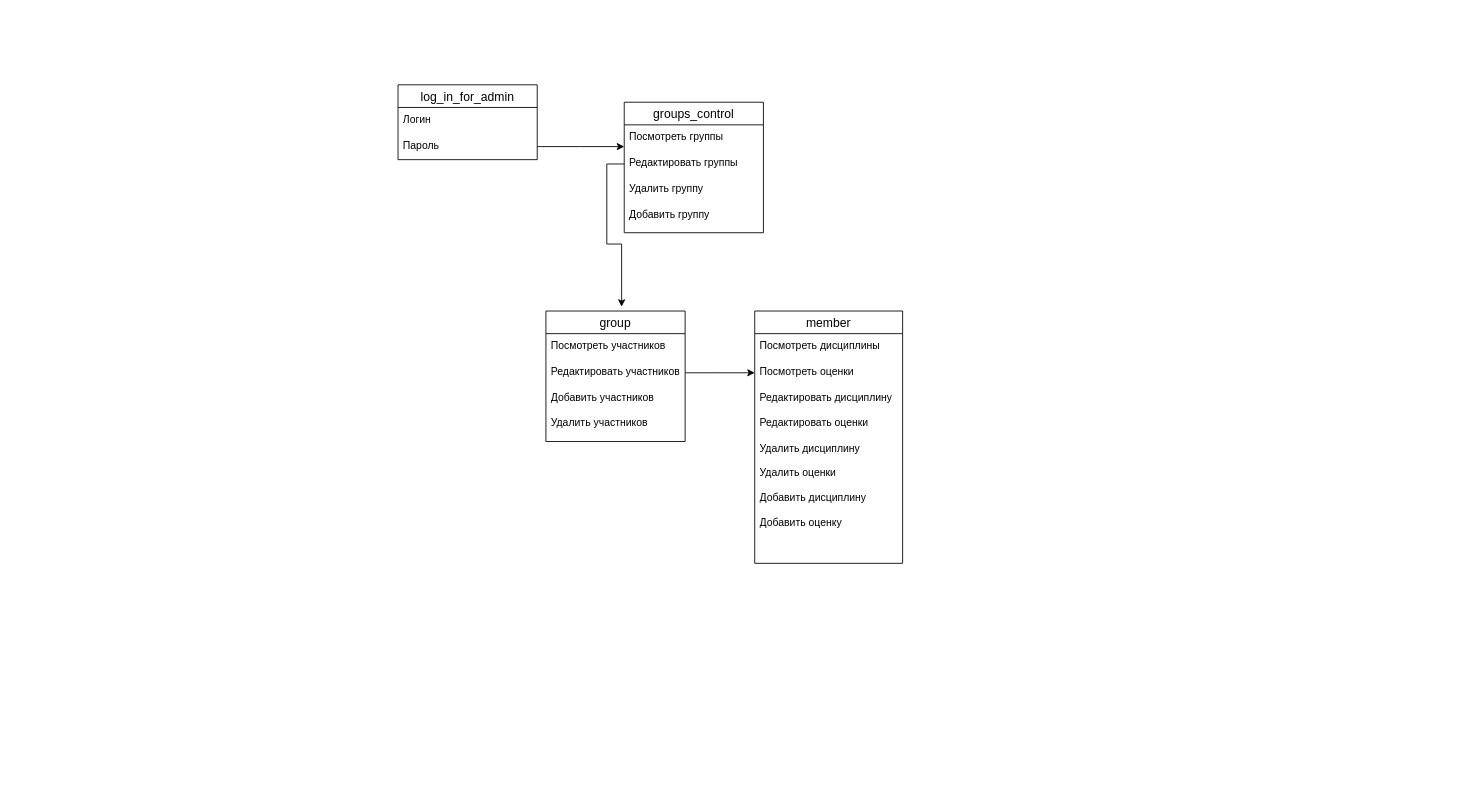
NikitaCatGH/diplom keeps this draw.io diagram as диаграмма для базы данных.drawio. Above is the earlier version. Source tidied: cells renumbered, new cells numbered last; positions are measured from the earlier drawing's top-left corner, leaving out a move shared by most shapes. Both pictures are drawn from the tidied source at 87%, with x=0, y=0 at pixel (398, 84).
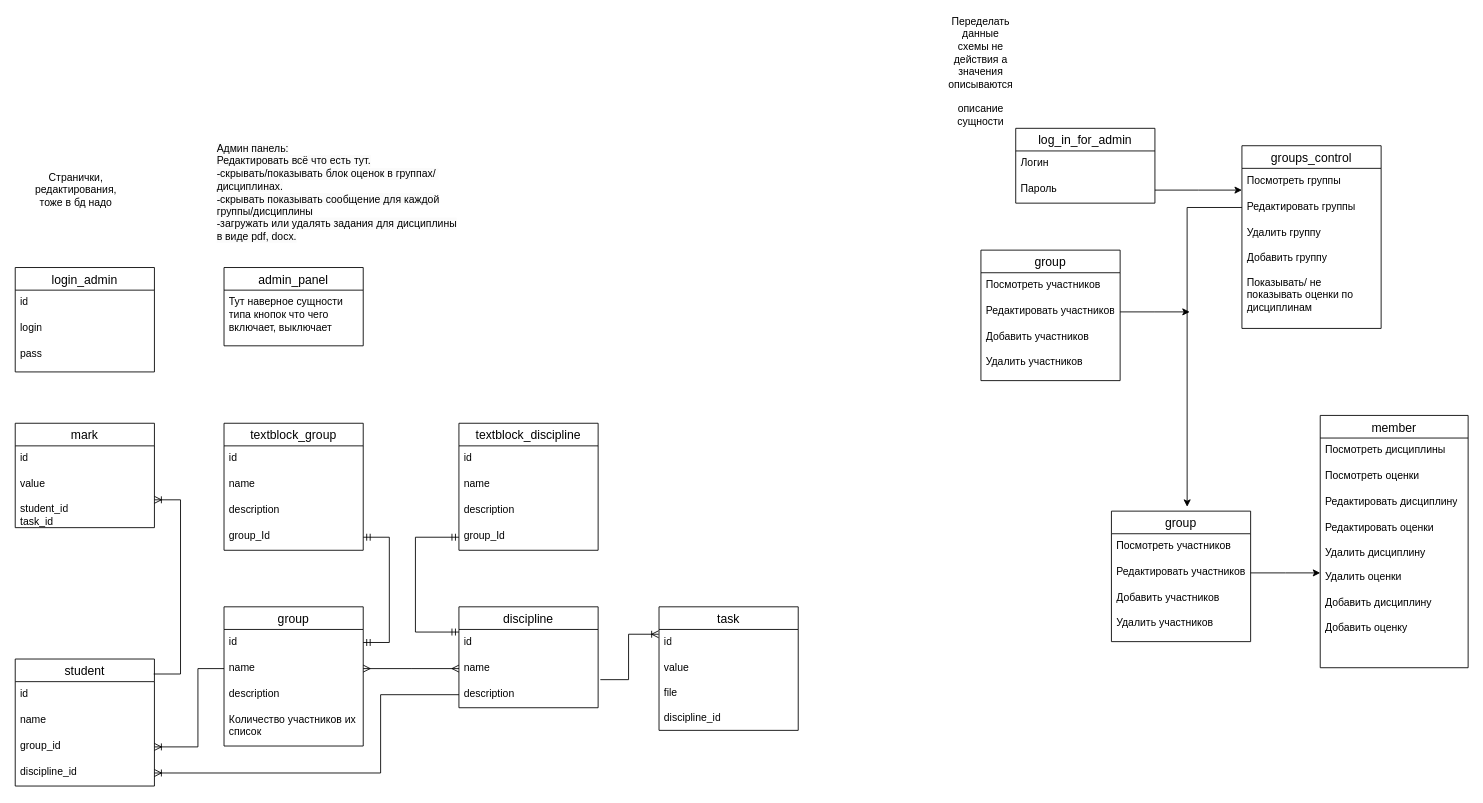
Above is the later version.

Change to the diagram source:
```diff
@@
     <mxCell id="2" value="log_in_for_admin" style="swimlane;fontStyle=0;horizontal=1;startSize=26;align=center;fontSize=14;" parent="1" vertex="1">
-      <mxGeometry width="160" height="86" as="geometry" />
+      <mxGeometry x="710" y="50" width="160" height="86" as="geometry" />
     </mxCell>
@@
     <mxCell id="6" value="groups_control" style="swimlane;fontStyle=0;horizontal=1;startSize=26;align=center;fontSize=14;" parent="1" vertex="1">
-      <mxGeometry x="260" y="20" width="160" height="150" as="geometry" />
+      <mxGeometry x="970" y="70" width="160" height="210" as="geometry" />
     </mxCell>
@@
-    <mxCell id="9" value="Удалить группу&lt;br&gt;&lt;br&gt;Добавить группу&lt;br&gt;" style="text;strokeColor=none;fillColor=none;spacingLeft=4;spacingRight=4;overflow=hidden;fontSize=12;whiteSpace=wrap;html=1;" parent="6" vertex="1">
-      <mxGeometry y="86" width="160" height="64" as="geometry" />
+    <mxCell id="9" value="Удалить группу&lt;br&gt;&lt;br&gt;Добавить группу&lt;br&gt;&lt;br&gt;Показывать/ не показывать оценки по дисциплинам&lt;br&gt;" style="text;strokeColor=none;fillColor=none;spacingLeft=4;spacingRight=4;overflow=hidden;fontSize=12;whiteSpace=wrap;html=1;" parent="6" vertex="1">
+      <mxGeometry y="86" width="160" height="124" as="geometry" />
     </mxCell>
     <mxCell id="10" value="group" style="swimlane;fontStyle=0;horizontal=1;startSize=26;align=center;fontSize=14;" parent="1" vertex="1">
-      <mxGeometry x="170" y="260" width="160" height="150" as="geometry" />
+      <mxGeometry x="820" y="490" width="160" height="150" as="geometry" />
     </mxCell>
@@
     <mxCell id="15" value="member" style="swimlane;fontStyle=0;horizontal=1;startSize=26;align=center;fontSize=14;" parent="1" vertex="1">
-      <mxGeometry x="410" y="260" width="170" height="290" as="geometry" />
+      <mxGeometry x="1060" y="380" width="170" height="290" as="geometry" />
     </mxCell>
@@
+    <mxCell id="20" value="mark" style="swimlane;fontStyle=0;horizontal=1;startSize=26;align=center;fontSize=14;" parent="1" vertex="1">
+      <mxGeometry x="-440" y="389" width="160" height="120" as="geometry" />
+    </mxCell>
+    <mxCell id="21" value="id" style="text;strokeColor=none;fillColor=none;spacingLeft=4;spacingRight=4;overflow=hidden;fontSize=12;whiteSpace=wrap;html=1;" parent="20" vertex="1">
+      <mxGeometry y="26" width="160" height="30" as="geometry" />
+    </mxCell>
+    <mxCell id="22" value="value&lt;br&gt;&lt;br&gt;student_id&lt;br&gt;task_id" style="text;strokeColor=none;fillColor=none;spacingLeft=4;spacingRight=4;overflow=hidden;points=[[0,0.5],[1,0.5]];portConstraint=eastwest;fontSize=12;whiteSpace=wrap;html=1;" parent="20" vertex="1">
+      <mxGeometry y="56" width="160" height="64" as="geometry" />
+    </mxCell>
+    <mxCell id="23" value="group" style="swimlane;fontStyle=0;horizontal=1;startSize=26;align=center;fontSize=14;" parent="1" vertex="1">
+      <mxGeometry x="670" y="190" width="160" height="150" as="geometry" />
+    </mxCell>
+    <mxCell id="24" value="Посмотреть участников" style="text;strokeColor=none;fillColor=none;spacingLeft=4;spacingRight=4;overflow=hidden;fontSize=12;whiteSpace=wrap;html=1;" parent="23" vertex="1">
+      <mxGeometry y="26" width="160" height="30" as="geometry" />
+    </mxCell>
+    <mxCell id="25" style="edgeStyle=orthogonalEdgeStyle;rounded=0;jettySize=auto;html=1;" parent="23" edge="1" source="26">
+      <mxGeometry relative="1" as="geometry">
+        <mxPoint x="240" y="71" as="targetPoint" />
+      </mxGeometry>
+    </mxCell>
+    <mxCell id="26" value="Редактировать участников" style="text;strokeColor=none;fillColor=none;spacingLeft=4;spacingRight=4;overflow=hidden;points=[[0,0.5],[1,0.5]];portConstraint=eastwest;fontSize=12;whiteSpace=wrap;html=1;" parent="23" vertex="1">
+      <mxGeometry y="56" width="160" height="30" as="geometry" />
+    </mxCell>
+    <mxCell id="27" value="Добавить участников&lt;br&gt;&lt;br&gt;Удалить участников" style="text;strokeColor=none;fillColor=none;spacingLeft=4;spacingRight=4;overflow=hidden;fontSize=12;whiteSpace=wrap;html=1;" parent="23" vertex="1">
+      <mxGeometry y="86" width="160" height="64" as="geometry" />
+    </mxCell>
+    <mxCell id="28" value="Переделать данные схемы не действия а значения описываются&lt;br&gt;&lt;br&gt;описание сущности&lt;br&gt;" style="text;html=1;strokeColor=none;fillColor=none;align=center;verticalAlign=middle;whiteSpace=wrap;rounded=0;" parent="1" vertex="1">
+      <mxGeometry x="640" y="-30" width="60" height="30" as="geometry" />
+    </mxCell>
+    <mxCell id="29" value="student" style="swimlane;fontStyle=0;horizontal=1;startSize=26;align=center;fontSize=14;" parent="1" vertex="1">
+      <mxGeometry x="-440" y="660" width="160" height="146" as="geometry" />
+    </mxCell>
+    <mxCell id="30" value="id" style="text;strokeColor=none;fillColor=none;spacingLeft=4;spacingRight=4;overflow=hidden;fontSize=12;whiteSpace=wrap;html=1;" parent="29" vertex="1">
+      <mxGeometry y="26" width="160" height="30" as="geometry" />
+    </mxCell>
+    <mxCell id="31" value="name" style="text;strokeColor=none;fillColor=none;spacingLeft=4;spacingRight=4;overflow=hidden;fontSize=12;whiteSpace=wrap;html=1;" parent="29" vertex="1">
+      <mxGeometry y="56" width="160" height="30" as="geometry" />
+    </mxCell>
+    <mxCell id="32" value="group_id" style="text;strokeColor=none;fillColor=none;spacingLeft=4;spacingRight=4;overflow=hidden;points=[[0,0.5],[1,0.5]];portConstraint=eastwest;fontSize=12;whiteSpace=wrap;html=1;" parent="29" vertex="1">
+      <mxGeometry y="86" width="160" height="30" as="geometry" />
+    </mxCell>
+    <mxCell id="33" value="discipline_id" style="text;strokeColor=none;fillColor=none;spacingLeft=4;spacingRight=4;overflow=hidden;points=[[0,0.5],[1,0.5]];portConstraint=eastwest;fontSize=12;whiteSpace=wrap;html=1;" parent="29" vertex="1">
+      <mxGeometry y="116" width="160" height="30" as="geometry" />
+    </mxCell>
+    <mxCell id="34" value="group" style="swimlane;fontStyle=0;horizontal=1;startSize=26;align=center;fontSize=14;" parent="1" vertex="1">
+      <mxGeometry x="-200" y="600" width="160" height="160" as="geometry" />
+    </mxCell>
+    <mxCell id="35" value="id&amp;nbsp;" style="text;strokeColor=none;fillColor=none;spacingLeft=4;spacingRight=4;overflow=hidden;points=[[0,0.5],[1,0.5]];portConstraint=eastwest;fontSize=12;whiteSpace=wrap;html=1;" parent="34" vertex="1">
+      <mxGeometry y="26" width="160" height="30" as="geometry" />
+    </mxCell>
+    <mxCell id="36" value="name&lt;br&gt;" style="text;strokeColor=none;fillColor=none;spacingLeft=4;spacingRight=4;overflow=hidden;points=[[0,0.5],[1,0.5]];portConstraint=eastwest;fontSize=12;whiteSpace=wrap;html=1;" parent="34" vertex="1">
+      <mxGeometry y="56" width="160" height="30" as="geometry" />
+    </mxCell>
+    <mxCell id="37" value="description&lt;br&gt;" style="text;strokeColor=none;fillColor=none;spacingLeft=4;spacingRight=4;overflow=hidden;fontSize=12;whiteSpace=wrap;html=1;" parent="34" vertex="1">
+      <mxGeometry y="86" width="160" height="30" as="geometry" />
+    </mxCell>
+    <mxCell id="38" value="Количество участников их список&lt;br&gt;" style="text;strokeColor=none;fillColor=none;spacingLeft=4;spacingRight=4;overflow=hidden;fontSize=12;whiteSpace=wrap;html=1;" parent="34" vertex="1">
+      <mxGeometry y="116" width="160" height="44" as="geometry" />
+    </mxCell>
+    <mxCell id="39" value="discipline" style="swimlane;fontStyle=0;horizontal=1;startSize=26;align=center;fontSize=14;" parent="1" vertex="1">
+      <mxGeometry x="70" y="600" width="160" height="116" as="geometry" />
+    </mxCell>
+    <mxCell id="40" value="id&amp;nbsp;" style="text;strokeColor=none;fillColor=none;spacingLeft=4;spacingRight=4;overflow=hidden;fontSize=12;whiteSpace=wrap;html=1;" parent="39" vertex="1">
+      <mxGeometry y="26" width="160" height="30" as="geometry" />
+    </mxCell>
+    <mxCell id="41" value="name&lt;br&gt;" style="text;strokeColor=none;fillColor=none;spacingLeft=4;spacingRight=4;overflow=hidden;points=[[0,0.5],[1,0.5]];portConstraint=eastwest;fontSize=12;whiteSpace=wrap;html=1;" parent="39" vertex="1">
+      <mxGeometry y="56" width="160" height="30" as="geometry" />
+    </mxCell>
+    <mxCell id="42" value="description" style="text;strokeColor=none;fillColor=none;spacingLeft=4;spacingRight=4;overflow=hidden;points=[[0,0.5],[1,0.5]];portConstraint=eastwest;fontSize=12;whiteSpace=wrap;html=1;" parent="39" vertex="1">
+      <mxGeometry y="86" width="160" height="30" as="geometry" />
+    </mxCell>
+    <mxCell id="43" style="edgeStyle=entityRelationEdgeStyle;fontSize=12;html=1;endArrow=ERoneToMany;rounded=0;exitX=0.995;exitY=0.118;exitDx=0;exitDy=0;exitPerimeter=0;" parent="1" edge="1" source="29" target="22">
+      <mxGeometry relative="1" as="geometry" />
+    </mxCell>
+    <mxCell id="44" style="edgeStyle=elbowEdgeStyle;fontSize=12;html=1;endArrow=ERoneToMany;rounded=0;exitX=0;exitY=0.5;exitDx=0;exitDy=0;entryX=1;entryY=0.5;entryDx=0;entryDy=0;" parent="1" edge="1" source="36" target="32">
+      <mxGeometry relative="1" as="geometry">
+        <Array as="points">
+          <mxPoint x="-230" y="700" />
+        </Array>
+      </mxGeometry>
+    </mxCell>
+    <mxCell id="45" style="edgeStyle=elbowEdgeStyle;fontSize=12;html=1;endArrow=ERmany;startArrow=ERmany;rounded=0;entryX=0;entryY=0.5;entryDx=0;entryDy=0;exitX=1;exitY=0.5;exitDx=0;exitDy=0;" parent="1" edge="1" source="36" target="41">
+      <mxGeometry relative="1" as="geometry" />
+    </mxCell>
+    <mxCell id="46" value="textblock_discipline" style="swimlane;fontStyle=0;horizontal=1;startSize=26;align=center;fontSize=14;" parent="1" vertex="1">
+      <mxGeometry x="70" y="389" width="160" height="146" as="geometry" />
+    </mxCell>
+    <mxCell id="47" value="id&amp;nbsp;" style="text;strokeColor=none;fillColor=none;spacingLeft=4;spacingRight=4;overflow=hidden;fontSize=12;whiteSpace=wrap;html=1;" parent="46" vertex="1">
+      <mxGeometry y="26" width="160" height="30" as="geometry" />
+    </mxCell>
+    <mxCell id="48" value="name&lt;br&gt;" style="text;strokeColor=none;fillColor=none;spacingLeft=4;spacingRight=4;overflow=hidden;fontSize=12;whiteSpace=wrap;html=1;" parent="46" vertex="1">
+      <mxGeometry y="56" width="160" height="30" as="geometry" />
+    </mxCell>
+    <mxCell id="49" value="description" style="text;strokeColor=none;fillColor=none;spacingLeft=4;spacingRight=4;overflow=hidden;fontSize=12;whiteSpace=wrap;html=1;" parent="46" vertex="1">
+      <mxGeometry y="86" width="160" height="30" as="geometry" />
+    </mxCell>
+    <mxCell id="50" value="group_Id" style="text;strokeColor=none;fillColor=none;spacingLeft=4;spacingRight=4;overflow=hidden;points=[[0,0.5],[1,0.5]];portConstraint=eastwest;fontSize=12;whiteSpace=wrap;html=1;" parent="46" vertex="1">
+      <mxGeometry y="116" width="160" height="30" as="geometry" />
+    </mxCell>
+    <mxCell id="51" value="textblock_group" style="swimlane;fontStyle=0;horizontal=1;startSize=26;align=center;fontSize=14;" parent="1" vertex="1">
+      <mxGeometry x="-200" y="389" width="160" height="146" as="geometry" />
+    </mxCell>
+    <mxCell id="52" value="id&amp;nbsp;" style="text;strokeColor=none;fillColor=none;spacingLeft=4;spacingRight=4;overflow=hidden;fontSize=12;whiteSpace=wrap;html=1;" parent="51" vertex="1">
+      <mxGeometry y="26" width="160" height="30" as="geometry" />
+    </mxCell>
+    <mxCell id="53" value="name&lt;br&gt;" style="text;strokeColor=none;fillColor=none;spacingLeft=4;spacingRight=4;overflow=hidden;fontSize=12;whiteSpace=wrap;html=1;" parent="51" vertex="1">
+      <mxGeometry y="56" width="160" height="30" as="geometry" />
+    </mxCell>
+    <mxCell id="54" value="description" style="text;strokeColor=none;fillColor=none;spacingLeft=4;spacingRight=4;overflow=hidden;fontSize=12;whiteSpace=wrap;html=1;" parent="51" vertex="1">
+      <mxGeometry y="86" width="160" height="30" as="geometry" />
+    </mxCell>
+    <mxCell id="55" value="group_Id" style="text;strokeColor=none;fillColor=none;spacingLeft=4;spacingRight=4;overflow=hidden;points=[[0,0.5],[1,0.5]];portConstraint=eastwest;fontSize=12;whiteSpace=wrap;html=1;" parent="51" vertex="1">
+      <mxGeometry y="116" width="160" height="30" as="geometry" />
+    </mxCell>
+    <mxCell id="56" style="edgeStyle=elbowEdgeStyle;fontSize=12;html=1;endArrow=ERoneToMany;rounded=0;exitX=0;exitY=0.5;exitDx=0;exitDy=0;entryX=1;entryY=0.5;entryDx=0;entryDy=0;" parent="1" edge="1" source="42" target="33">
+      <mxGeometry relative="1" as="geometry">
+        <Array as="points">
+          <mxPoint x="-20" y="720" />
+        </Array>
+      </mxGeometry>
+    </mxCell>
+    <mxCell id="57" style="edgeStyle=entityRelationEdgeStyle;fontSize=12;html=1;endArrow=ERmandOne;startArrow=ERmandOne;rounded=0;entryX=1;entryY=0.5;entryDx=0;entryDy=0;exitX=1;exitY=0.5;exitDx=0;exitDy=0;" parent="1" edge="1" source="35" target="55">
+      <mxGeometry relative="1" as="geometry" />
+    </mxCell>
+    <mxCell id="58" style="edgeStyle=elbowEdgeStyle;fontSize=12;html=1;endArrow=ERmandOne;startArrow=ERmandOne;rounded=0;entryX=0;entryY=0.5;entryDx=0;entryDy=0;exitX=0;exitY=0.25;exitDx=0;exitDy=0;" parent="1" edge="1" source="39" target="50">
+      <mxGeometry relative="1" as="geometry">
+        <Array as="points">
+          <mxPoint x="20" y="580" />
+        </Array>
+      </mxGeometry>
+    </mxCell>
+    <mxCell id="59" value="login_admin" style="swimlane;fontStyle=0;horizontal=1;startSize=26;align=center;fontSize=14;" parent="1" vertex="1">
+      <mxGeometry x="-440" y="210" width="160" height="120" as="geometry" />
+    </mxCell>
+    <mxCell id="60" value="id" style="text;strokeColor=none;fillColor=none;spacingLeft=4;spacingRight=4;overflow=hidden;fontSize=12;whiteSpace=wrap;html=1;" parent="59" vertex="1">
+      <mxGeometry y="26" width="160" height="30" as="geometry" />
+    </mxCell>
+    <mxCell id="61" value="login&lt;br&gt;&lt;br&gt;pass&lt;br&gt;" style="text;strokeColor=none;fillColor=none;spacingLeft=4;spacingRight=4;overflow=hidden;fontSize=12;whiteSpace=wrap;html=1;" parent="59" vertex="1">
+      <mxGeometry y="56" width="160" height="64" as="geometry" />
+    </mxCell>
+    <mxCell id="62" value="admin_panel" style="swimlane;fontStyle=0;horizontal=1;startSize=26;align=center;fontSize=14;" parent="1" vertex="1">
+      <mxGeometry x="-200" y="210" width="160" height="90" as="geometry" />
+    </mxCell>
+    <mxCell id="63" value="Тут наверное сущности типа кнопок что чего включает, выключает" style="text;strokeColor=none;fillColor=none;spacingLeft=4;spacingRight=4;overflow=hidden;fontSize=12;whiteSpace=wrap;html=1;" parent="62" vertex="1">
+      <mxGeometry y="26" width="160" height="64" as="geometry" />
+    </mxCell>
+    <mxCell id="64" value="Странички, редактирования, тоже в бд надо&lt;br&gt;" style="text;html=1;strokeColor=none;fillColor=none;align=center;verticalAlign=middle;whiteSpace=wrap;rounded=0;" parent="1" vertex="1">
+      <mxGeometry x="-400" y="106" width="60" height="30" as="geometry" />
+    </mxCell>
+    <mxCell id="65" value="&lt;span style=&quot;color: rgb(0, 0, 0); font-family: Helvetica; font-size: 12px; font-style: normal; font-variant-ligatures: normal; font-variant-caps: normal; font-weight: 400; letter-spacing: normal; orphans: 2; text-align: center; text-indent: 0px; text-transform: none; widows: 2; word-spacing: 0px; -webkit-text-stroke-width: 0px; background-color: rgb(251, 251, 251); text-decoration-thickness: initial; text-decoration-style: initial; text-decoration-color: initial; float: none; display: inline !important;&quot;&gt;Админ панель:&lt;br&gt;Редактировать всё что есть тут.&lt;br&gt;-скрывать/показывать блок оценок в группах/&amp;nbsp; дисциплинах.&lt;br&gt;-скрывать показывать сообщение для каждой группы/дисциплины&lt;br&gt;-загружать или удалять задания для дисциплины в виде pdf, docx.&lt;br&gt;&lt;br&gt;&lt;/span&gt;" style="text;whiteSpace=wrap;html=1;" parent="1" vertex="1">
+      <mxGeometry x="-210" y="60" width="280" height="70" as="geometry" />
+    </mxCell>
+    <mxCell id="66" value="task" style="swimlane;fontStyle=0;horizontal=1;startSize=26;align=center;fontSize=14;" parent="1" vertex="1">
+      <mxGeometry x="300" y="600" width="160" height="142" as="geometry" />
+    </mxCell>
+    <mxCell id="67" value="id" style="text;strokeColor=none;fillColor=none;spacingLeft=4;spacingRight=4;overflow=hidden;points=[[0,0.5],[1,0.5]];portConstraint=eastwest;fontSize=12;whiteSpace=wrap;html=1;" parent="66" vertex="1">
+      <mxGeometry y="26" width="160" height="30" as="geometry" />
+    </mxCell>
+    <mxCell id="68" value="value&lt;br&gt;&lt;br&gt;file&lt;br&gt;&lt;br&gt;discipline_id" style="text;strokeColor=none;fillColor=none;spacingLeft=4;spacingRight=4;overflow=hidden;fontSize=12;whiteSpace=wrap;html=1;" parent="66" vertex="1">
+      <mxGeometry y="56" width="160" height="86" as="geometry" />
+    </mxCell>
+    <mxCell id="69" style="edgeStyle=orthogonalEdgeStyle;fontSize=12;html=1;endArrow=ERoneToMany;rounded=0;exitX=1.016;exitY=-0.076;exitDx=0;exitDy=0;entryX=-0.003;entryY=0.184;entryDx=0;entryDy=0;entryPerimeter=0;exitPerimeter=0;" parent="1" edge="1" source="42" target="67">
+      <mxGeometry relative="1" as="geometry" />
+    </mxCell>
```
